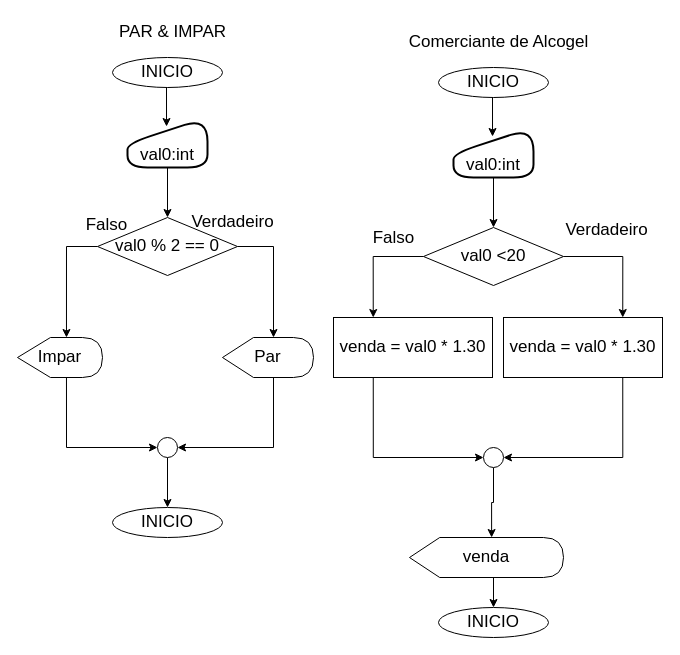
The draw.io diagram log1.drawio in gilberto-009199/draw.io, before the edit. Source tidied: cells renumbered, new cells numbered last; positions are measured from the earlier drawing's top-left corner, leaving out a move shared by most shapes. Both pictures are drawn from the tidied source at 100%, with x=0, y=0 at pixel (17, 17).
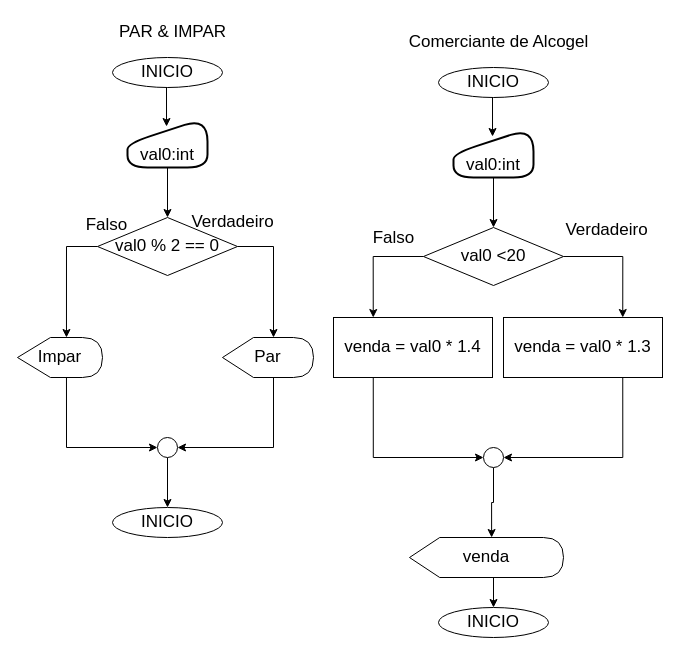
The same diagram, later.

Change to the diagram source:
```diff
@@
-    <mxCell id="33" value="venda = val0 * 1.30" style="rounded=0;whiteSpace=wrap;html=1;strokeColor=#000000;gradientColor=#ffffff;fontSize=17;align=center;" parent="1" vertex="1">
+    <mxCell id="33" value="venda = val0 * 1.4" style="rounded=0;whiteSpace=wrap;html=1;strokeColor=#000000;gradientColor=#ffffff;fontSize=17;align=center;" parent="1" vertex="1">
       <mxGeometry x="316" y="300" width="159" height="60" as="geometry" />
     </mxCell>
@@
-    <mxCell id="35" value="venda = val0 * 1.30" style="rounded=0;whiteSpace=wrap;html=1;strokeColor=#000000;gradientColor=#ffffff;fontSize=17;align=center;" parent="1" vertex="1">
+    <mxCell id="35" value="venda = val0 * 1.3" style="rounded=0;whiteSpace=wrap;html=1;strokeColor=#000000;gradientColor=#ffffff;fontSize=17;align=center;" parent="1" vertex="1">
       <mxGeometry x="486" y="300" width="159" height="60" as="geometry" />
     </mxCell>
```
